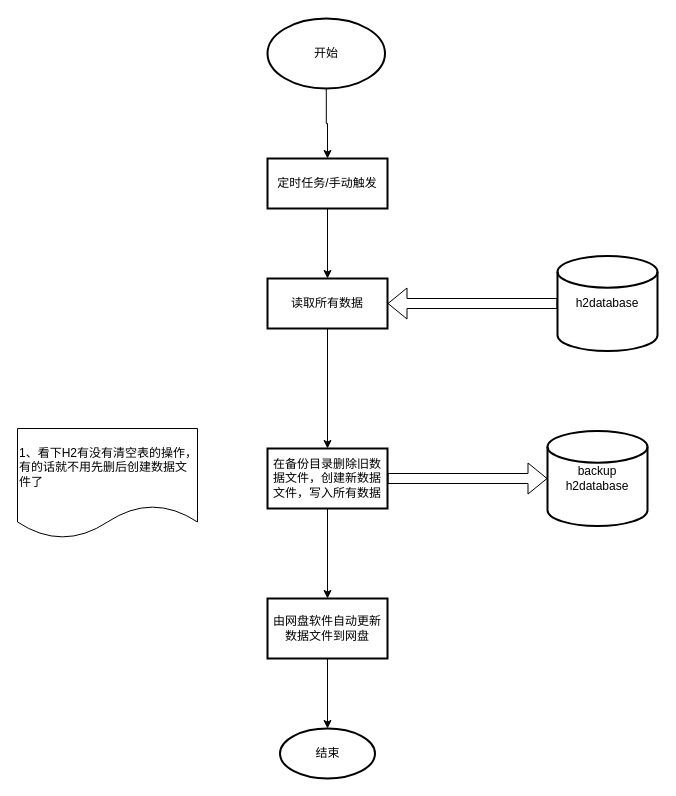
This is page "备份流程" (3 of 3) of docs/设计图.drawio from Drintau/AccountManager, a draw.io file, before an edit. Source tidied: cells renumbered, new cells numbered last; positions are measured from the earlier drawing's top-left corner, leaving out a move shared by most shapes. Both pictures are drawn from the tidied source at 100%, with x=0, y=0 at pixel (17, 18).
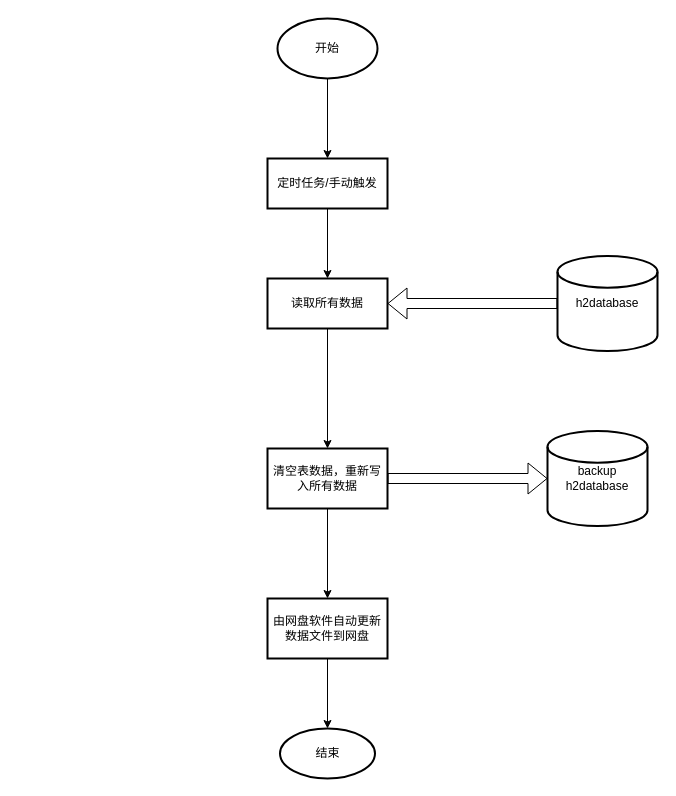
Above is the later version.

Diff of the diagram source:
```diff
@@
 <mxGraphModel>
   <root>
     <mxCell id="0" />
     <mxCell id="1" parent="0" />
     <mxCell id="2" style="edgeStyle=orthogonalEdgeStyle;rounded=0;jettySize=auto;html=1;fontSize=12;" parent="1" edge="1" source="3" target="5">
       <mxGeometry relative="1" as="geometry" />
     </mxCell>
     <mxCell id="3" value="开始" style="strokeWidth=2;html=1;shape=mxgraph.flowchart.start_2;whiteSpace=wrap;fontSize=12;" parent="1" vertex="1">
-      <mxGeometry x="250" width="117.5" height="70" as="geometry" />
+      <mxGeometry x="260" width="100" height="60" as="geometry" />
     </mxCell>
     <mxCell id="4" style="edgeStyle=orthogonalEdgeStyle;rounded=0;jettySize=auto;html=1;fontSize=12;entryX=0.5;entryY=0;entryDx=0;entryDy=0;" parent="1" edge="1" source="5" target="7">
       <mxGeometry relative="1" as="geometry" />
     </mxCell>
     <mxCell id="5" value="定时任务/手动触发" style="whiteSpace=wrap;html=1;strokeWidth=2;fontSize=12;" parent="1" vertex="1">
       <mxGeometry x="250" y="140" width="120" height="50" as="geometry" />
     </mxCell>
     <mxCell id="6" style="edgeStyle=orthogonalEdgeStyle;rounded=0;jettySize=auto;html=1;fontSize=12;entryX=0.5;entryY=0;entryDx=0;entryDy=0;" parent="1" edge="1" source="7" target="9">
       <mxGeometry relative="1" as="geometry" />
     </mxCell>
     <mxCell id="7" value="读取所有数据" style="whiteSpace=wrap;html=1;strokeWidth=2;fontSize=12;" parent="1" vertex="1">
       <mxGeometry x="250" y="260" width="120" height="50" as="geometry" />
     </mxCell>
     <mxCell id="8" style="edgeStyle=orthogonalEdgeStyle;rounded=0;jettySize=auto;html=1;fontSize=12;entryX=0.5;entryY=0;entryDx=0;entryDy=0;" parent="1" edge="1" source="9" target="13">
       <mxGeometry relative="1" as="geometry" />
     </mxCell>
-    <mxCell id="9" value="在备份目录删除旧数据文件，创建新数据文件，写入所有数据" style="whiteSpace=wrap;html=1;strokeWidth=2;fontSize=12;" parent="1" vertex="1">
+    <mxCell id="9" value="清空表数据，重新写入所有数据" style="whiteSpace=wrap;html=1;strokeWidth=2;fontSize=12;" parent="1" vertex="1">
       <mxGeometry x="250" y="430" width="120" height="60" as="geometry" />
     </mxCell>
     <mxCell id="10" value="h2database" style="strokeWidth=2;html=1;shape=mxgraph.flowchart.database;whiteSpace=wrap;align=center;fontSize=12;" parent="1" vertex="1">
       <mxGeometry x="540" y="237.5" width="100" height="95" as="geometry" />
     </mxCell>
     <mxCell id="11" value="结束" style="ellipse;whiteSpace=wrap;html=1;strokeWidth=2;fontSize=12;" parent="1" vertex="1">
       <mxGeometry x="262.5" y="710" width="95" height="50" as="geometry" />
     </mxCell>
     <mxCell id="12" style="edgeStyle=orthogonalEdgeStyle;rounded=0;jettySize=auto;html=1;fontSize=12;" parent="1" edge="1" source="13" target="11">
       <mxGeometry relative="1" as="geometry" />
     </mxCell>
     <mxCell id="13" value="由网盘软件自动更新数据文件到网盘" style="whiteSpace=wrap;html=1;strokeWidth=2;fontSize=12;" parent="1" vertex="1">
       <mxGeometry x="250" y="580" width="120" height="60" as="geometry" />
     </mxCell>
-    <mxCell id="14" value="1、看下H2有没有清空表的操作，有的话就不用先删后创建数据文件了" style="shape=document;whiteSpace=wrap;html=1;boundedLbl=1;align=left;" parent="1" vertex="1">
-      <mxGeometry y="410" width="180" height="110" as="geometry" />
-    </mxCell>
     <mxCell id="15" value="backup&lt;br&gt;h2database" style="strokeWidth=2;html=1;shape=mxgraph.flowchart.database;whiteSpace=wrap;align=center;fontSize=12;" parent="1" vertex="1">
       <mxGeometry x="530" y="412.5" width="100" height="95" as="geometry" />
     </mxCell>
     <mxCell id="16" style="shape=flexArrow;endArrow=classic;html=1;rounded=0;exitX=1;exitY=0.5;exitDx=0;exitDy=0;" parent="1" edge="1" source="9" target="15">
       <mxGeometry relative="1" as="geometry" />
     </mxCell>
     <mxCell id="17" style="shape=flexArrow;endArrow=classic;html=1;rounded=0;exitX=0;exitY=0.5;exitDx=0;exitDy=0;exitPerimeter=0;entryX=1;entryY=0.5;entryDx=0;entryDy=0;" parent="1" edge="1" source="10" target="7">
       <mxGeometry relative="1" as="geometry" />
     </mxCell>
   </root>
 </mxGraphModel>
```
